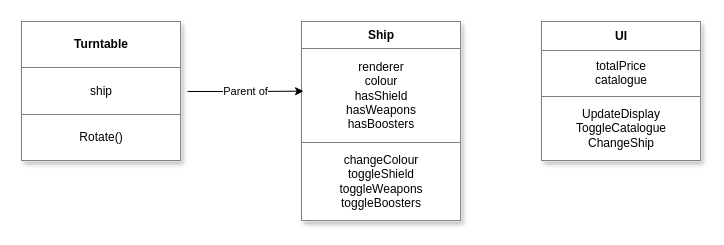
En-Be/CarCustomiser keeps this draw.io diagram as wip/DomainModel.drawio. Above is the earlier version. Source tidied: cells renumbered, new cells numbered last; positions are measured from the earlier drawing's top-left corner, leaving out a move shared by most shapes. Both pictures are drawn from the tidied source at 100%, with x=0, y=0 at pixel (21, 21).
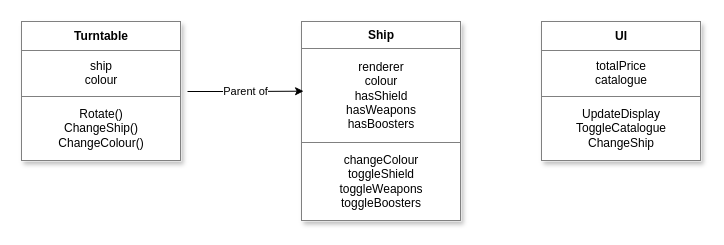
The same diagram, later.

Commit message (it also covers changes not shown here):
updated domain model diagram

What changed in the source:
```diff
@@
 <mxGraphModel>
   <root>
     <mxCell id="0" />
     <mxCell id="1" parent="0" />
     <mxCell id="2" value="&lt;table border=&quot;1&quot; width=&quot;100%&quot; height=&quot;100%&quot; cellpadding=&quot;4&quot; style=&quot;width:100%;height:100%;border-collapse:collapse;&quot;&gt;&lt;tbody&gt;&lt;tr&gt;&lt;th align=&quot;center&quot;&gt;&lt;b&gt;Ship&lt;/b&gt;&lt;/th&gt;&lt;/tr&gt;&lt;tr&gt;&lt;td align=&quot;center&quot;&gt;renderer&lt;br&gt;colour&lt;br&gt;hasShield&lt;br&gt;hasWeapons&lt;br&gt;hasBoosters&lt;/td&gt;&lt;/tr&gt;&lt;tr&gt;&lt;td align=&quot;center&quot;&gt;changeColour&lt;br&gt;toggleShield&lt;br&gt;toggleWeapons&lt;br&gt;toggleBoosters&lt;/td&gt;&lt;/tr&gt;&lt;/tbody&gt;&lt;/table&gt;" style="text;html=1;whiteSpace=wrap;strokeColor=none;fillColor=default;overflow=fill;shadow=1;strokeWidth=2;perimeterSpacing=6;" parent="1" vertex="1">
       <mxGeometry x="280" width="160" height="200" as="geometry" />
     </mxCell>
     <mxCell id="3" value="Parent of" style="edgeStyle=orthogonalEdgeStyle;rounded=0;jettySize=auto;html=1;exitX=1;exitY=0.5;exitDx=0;exitDy=0;entryX=0.047;entryY=0.357;entryDx=0;entryDy=0;entryPerimeter=0;" parent="1" edge="1" source="4" target="2">
       <mxGeometry relative="1" as="geometry" />
     </mxCell>
-    <mxCell id="4" value="&lt;table border=&quot;1&quot; width=&quot;100%&quot; height=&quot;100%&quot; cellpadding=&quot;4&quot; style=&quot;width:100%;height:100%;border-collapse:collapse;&quot;&gt;&lt;tbody&gt;&lt;tr&gt;&lt;th align=&quot;center&quot;&gt;&lt;b&gt;Turntable&lt;br&gt;&lt;/b&gt;&lt;/th&gt;&lt;/tr&gt;&lt;tr&gt;&lt;td align=&quot;center&quot;&gt;ship&lt;/td&gt;&lt;/tr&gt;&lt;tr&gt;&lt;td align=&quot;center&quot;&gt;Rotate()&lt;br&gt;&lt;/td&gt;&lt;/tr&gt;&lt;/tbody&gt;&lt;/table&gt;" style="text;html=1;whiteSpace=wrap;strokeColor=none;fillColor=default;overflow=fill;shadow=1;strokeWidth=2;perimeterSpacing=6;" parent="1" vertex="1">
+    <mxCell id="4" value="&lt;table border=&quot;1&quot; width=&quot;100%&quot; height=&quot;100%&quot; cellpadding=&quot;4&quot; style=&quot;width:100%;height:100%;border-collapse:collapse;&quot;&gt;&lt;tbody&gt;&lt;tr&gt;&lt;th align=&quot;center&quot;&gt;&lt;b&gt;Turntable&lt;br&gt;&lt;/b&gt;&lt;/th&gt;&lt;/tr&gt;&lt;tr&gt;&lt;td align=&quot;center&quot;&gt;ship&lt;br&gt;colour&lt;/td&gt;&lt;/tr&gt;&lt;tr&gt;&lt;td align=&quot;center&quot;&gt;Rotate()&lt;br&gt;ChangeShip()&lt;br&gt;ChangeColour()&lt;/td&gt;&lt;/tr&gt;&lt;/tbody&gt;&lt;/table&gt;" style="text;html=1;whiteSpace=wrap;strokeColor=none;fillColor=default;overflow=fill;shadow=1;strokeWidth=2;perimeterSpacing=6;" parent="1" vertex="1">
       <mxGeometry width="160" height="140" as="geometry" />
     </mxCell>
     <mxCell id="5" value="&lt;table border=&quot;1&quot; width=&quot;100%&quot; height=&quot;100%&quot; cellpadding=&quot;4&quot; style=&quot;width:100%;height:100%;border-collapse:collapse;&quot;&gt;&lt;tbody&gt;&lt;tr&gt;&lt;th align=&quot;center&quot;&gt;&lt;b&gt;UI&lt;br&gt;&lt;/b&gt;&lt;/th&gt;&lt;/tr&gt;&lt;tr&gt;&lt;td align=&quot;center&quot;&gt;totalPrice&lt;br&gt;catalogue&lt;br&gt;&lt;/td&gt;&lt;/tr&gt;&lt;tr&gt;&lt;td align=&quot;center&quot;&gt;UpdateDisplay&lt;br&gt;ToggleCatalogue&lt;br&gt;ChangeShip&lt;/td&gt;&lt;/tr&gt;&lt;/tbody&gt;&lt;/table&gt;" style="text;html=1;whiteSpace=wrap;strokeColor=none;fillColor=default;overflow=fill;shadow=1;strokeWidth=2;perimeterSpacing=6;" parent="1" vertex="1">
       <mxGeometry x="520" width="160" height="140" as="geometry" />
     </mxCell>
   </root>
 </mxGraphModel>
```
